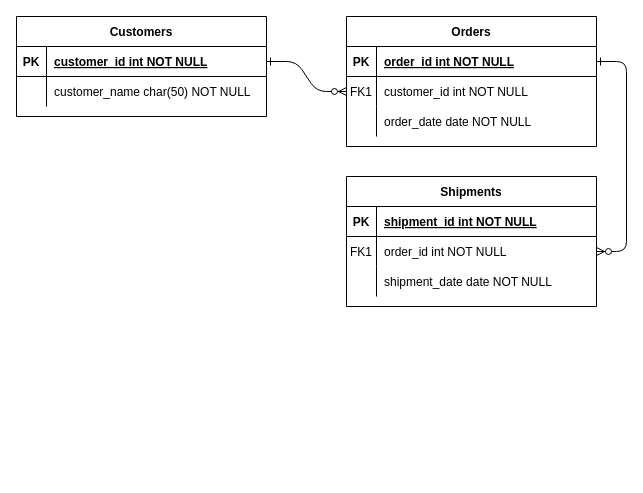
DylanCZW/advanced-java keeps this draw.io diagram as 未命名绘图.drawio. Above is the earlier version. Source tidied: cells renumbered, new cells numbered last; positions are measured from the earlier drawing's top-left corner, leaving out a move shared by most shapes. Both pictures are drawn from the tidied source at 100%, with x=0, y=0 at pixel (16, 16).
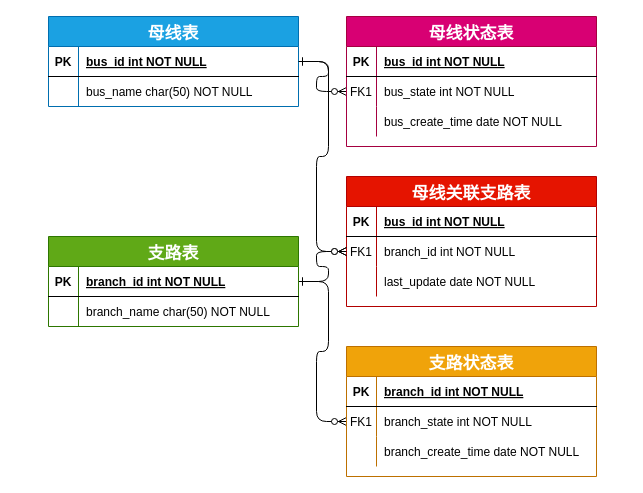
Above is the later version.

Commit message:
更新未命名绘图.drawio

Unchanged cells that the change refers to:
```xml
<mxCell id="5" style="shape=partialRectangle;fillColor=none;points=[[0,0.5],[1,0.5]];portConstraint=eastwest;top=0;left=0;right=0;bottom=1;" parent="4" vertex="1">
  <mxGeometry y="30" width="250" height="30" as="geometry" />
</mxCell>
<mxCell id="8" style="shape=partialRectangle;fillColor=none;points=[[0,0.5],[1,0.5]];portConstraint=eastwest;top=0;left=0;right=0;bottom=0;" parent="4" vertex="1">
  <mxGeometry y="60" width="250" height="30" as="geometry" />
</mxCell>
<mxCell id="11" style="shape=partialRectangle;fillColor=none;top=0;left=0;right=0;bottom=0;" parent="4" vertex="1">
  <mxGeometry y="90" width="250" height="30" as="geometry" />
</mxCell>
<mxCell id="15" style="shape=partialRectangle;fillColor=none;top=0;left=0;right=0;bottom=1;" parent="14" vertex="1">
  <mxGeometry y="30" width="250" height="30" as="geometry" />
</mxCell>
<mxCell id="18" style="shape=partialRectangle;fillColor=none;points=[[0,0.5],[1,0.5]];portConstraint=eastwest;top=0;left=0;right=0;bottom=0;" parent="14" vertex="1">
  <mxGeometry y="60" width="250" height="30" as="geometry" />
</mxCell>
<mxCell id="21" style="shape=partialRectangle;fillColor=none;top=0;left=0;right=0;bottom=0;" parent="14" vertex="1">
  <mxGeometry y="90" width="250" height="30" as="geometry" />
</mxCell>
<mxCell id="25" style="shape=partialRectangle;fillColor=none;points=[[0,0.5],[1,0.5]];portConstraint=eastwest;top=0;left=0;right=0;bottom=1;" parent="24" vertex="1">
  <mxGeometry y="30" width="250" height="30" as="geometry" />
</mxCell>
<mxCell id="28" style="shape=partialRectangle;fillColor=none;top=0;left=0;right=0;bottom=0;" parent="24" vertex="1">
  <mxGeometry y="60" width="250" height="30" as="geometry" />
</mxCell>
```

Change to the diagram source:
```diff
@@
-    <mxCell id="3" style="edgeStyle=entityRelationEdgeStyle;endArrow=ERzeroToMany;startArrow=ERone;endFill=1;startFill=0;" parent="1" edge="1" source="5" target="18">
+    <mxCell id="3" style="edgeStyle=entityRelationEdgeStyle;endArrow=ERzeroToMany;startArrow=ERone;endFill=1;startFill=0;exitX=1;exitY=0.5;exitDx=0;exitDy=0;" parent="1" edge="1" source="44" target="18">
       <mxGeometry relative="1" as="geometry" />
     </mxCell>
-    <mxCell id="4" value="Orders" style="shape=table;startSize=30;childLayout=tableLayout;rowLines=0;fontStyle=1;align=center;" parent="1" vertex="1">
+    <mxCell id="4" value="母线状态表" style="shape=table;startSize=30;childLayout=tableLayout;rowLines=0;fontStyle=1;align=center;fillColor=#d80073;fontColor=#ffffff;strokeColor=#A50040;fontSize=17;" parent="1" vertex="1">
       <mxGeometry x="330" width="250" height="130" as="geometry" />
     </mxCell>
@@
-    <mxCell id="7" value="order_id int NOT NULL " style="shape=partialRectangle;overflow=hidden;fillColor=none;top=0;left=0;bottom=0;right=0;align=left;spacingLeft=6;fontStyle=5;" parent="5" vertex="1">
+    <mxCell id="7" value="bus_id int NOT NULL " style="shape=partialRectangle;overflow=hidden;fillColor=none;top=0;left=0;bottom=0;right=0;align=left;spacingLeft=6;fontStyle=5;" parent="5" vertex="1">
       <mxGeometry x="30" width="220" height="30" as="geometry" />
     </mxCell>
@@
-    <mxCell id="10" value="customer_id int NOT NULL" style="shape=partialRectangle;overflow=hidden;fillColor=none;top=0;left=0;bottom=0;right=0;align=left;spacingLeft=6;" parent="8" vertex="1">
+    <mxCell id="10" value="bus_state int NOT NULL" style="shape=partialRectangle;overflow=hidden;fillColor=none;top=0;left=0;bottom=0;right=0;align=left;spacingLeft=6;" parent="8" vertex="1">
       <mxGeometry x="30" width="220" height="30" as="geometry" />
     </mxCell>
@@
-    <mxCell id="13" value="order_date date NOT NULL" style="shape=partialRectangle;overflow=hidden;fillColor=none;top=0;left=0;bottom=0;right=0;align=left;spacingLeft=6;" parent="11" vertex="1">
+    <mxCell id="13" value="bus_create_time date NOT NULL" style="shape=partialRectangle;overflow=hidden;fillColor=none;top=0;left=0;bottom=0;right=0;align=left;spacingLeft=6;" parent="11" vertex="1">
       <mxGeometry x="30" width="220" height="30" as="geometry" />
     </mxCell>
-    <mxCell id="14" value="Shipments" style="shape=table;startSize=30;childLayout=tableLayout;rowLines=0;fontStyle=1;align=center;" parent="1" vertex="1">
+    <mxCell id="14" value="母线关联支路表" style="shape=table;startSize=30;childLayout=tableLayout;rowLines=0;fontStyle=1;align=center;fillColor=#e51400;fontColor=#ffffff;strokeColor=#B20000;fontSize=17;" parent="1" vertex="1">
       <mxGeometry x="330" y="160" width="250" height="130" as="geometry" />
     </mxCell>
@@
-    <mxCell id="17" value="shipment_id int NOT NULL " style="shape=partialRectangle;overflow=hidden;fillColor=none;top=0;left=0;bottom=0;right=0;align=left;spacingLeft=6;fontStyle=5;" parent="15" vertex="1">
+    <mxCell id="17" value="bus_id int NOT NULL " style="shape=partialRectangle;overflow=hidden;fillColor=none;top=0;left=0;bottom=0;right=0;align=left;spacingLeft=6;fontStyle=5;" parent="15" vertex="1">
       <mxGeometry x="30" width="220" height="30" as="geometry" />
     </mxCell>
@@
-    <mxCell id="20" value="order_id int NOT NULL" style="shape=partialRectangle;overflow=hidden;fillColor=none;top=0;left=0;bottom=0;right=0;align=left;spacingLeft=6;" parent="18" vertex="1">
+    <mxCell id="20" value="branch_id int NOT NULL" style="shape=partialRectangle;overflow=hidden;fillColor=none;top=0;left=0;bottom=0;right=0;align=left;spacingLeft=6;" parent="18" vertex="1">
       <mxGeometry x="30" width="220" height="30" as="geometry" />
     </mxCell>
@@
-    <mxCell id="23" value="shipment_date date NOT NULL" style="shape=partialRectangle;overflow=hidden;fillColor=none;top=0;left=0;bottom=0;right=0;align=left;spacingLeft=6;" parent="21" vertex="1">
+    <mxCell id="23" value="last_update date NOT NULL" style="shape=partialRectangle;overflow=hidden;fillColor=none;top=0;left=0;bottom=0;right=0;align=left;spacingLeft=6;" parent="21" vertex="1">
       <mxGeometry x="30" width="220" height="30" as="geometry" />
     </mxCell>
-    <mxCell id="24" value="Customers" style="shape=table;startSize=30;childLayout=tableLayout;rowLines=0;fontStyle=1;align=center;" parent="1" vertex="1">
-      <mxGeometry width="250" height="100" as="geometry" />
+    <mxCell id="24" value="母线表" style="shape=table;startSize=30;childLayout=tableLayout;rowLines=0;fontStyle=1;align=center;fillColor=#1ba1e2;strokeColor=#006EAF;fontColor=#ffffff;fontSize=17;" parent="1" vertex="1">
+      <mxGeometry x="32" width="250" height="90" as="geometry" />
     </mxCell>
@@
-    <mxCell id="27" value="customer_id int NOT NULL " style="shape=partialRectangle;overflow=hidden;fillColor=none;top=0;left=0;bottom=0;right=0;align=left;spacingLeft=6;fontStyle=5;" parent="25" vertex="1">
+    <mxCell id="27" value="bus_id int NOT NULL " style="shape=partialRectangle;overflow=hidden;fillColor=none;top=0;left=0;bottom=0;right=0;align=left;spacingLeft=6;fontStyle=5;" parent="25" vertex="1">
       <mxGeometry x="30" width="220" height="30" as="geometry" />
     </mxCell>
@@
-    <mxCell id="30" value="customer_name char(50) NOT NULL" style="shape=partialRectangle;overflow=hidden;fillColor=none;top=0;left=0;bottom=0;right=0;align=left;spacingLeft=6;" parent="28" vertex="1">
+    <mxCell id="30" value="bus_name char(50) NOT NULL" style="shape=partialRectangle;overflow=hidden;fillColor=none;top=0;left=0;bottom=0;right=0;align=left;spacingLeft=6;" parent="28" vertex="1">
       <mxGeometry x="30" width="220" height="30" as="geometry" />
     </mxCell>
+    <mxCell id="31" style="edgeStyle=entityRelationEdgeStyle;endArrow=ERzeroToMany;startArrow=ERone;endFill=1;startFill=0;exitX=1;exitY=0.5;exitDx=0;exitDy=0;entryX=0;entryY=0.5;entryDx=0;entryDy=0;" parent="1" edge="1" source="25" target="18">
+      <mxGeometry relative="1" as="geometry" />
+    </mxCell>
+    <mxCell id="32" style="edgeStyle=entityRelationEdgeStyle;endArrow=ERzeroToMany;startArrow=ERone;endFill=1;startFill=0;" parent="1" edge="1" source="44" target="37">
+      <mxGeometry relative="1" as="geometry" />
+    </mxCell>
+    <mxCell id="33" value="支路状态表" style="shape=table;startSize=30;childLayout=tableLayout;rowLines=0;fontStyle=1;align=center;fillColor=#f0a30a;fontColor=#FFFFFF;strokeColor=#BD7000;fontSize=17;" parent="1" vertex="1">
+      <mxGeometry x="330" y="330" width="250" height="130" as="geometry" />
+    </mxCell>
+    <mxCell id="34" style="shape=partialRectangle;fillColor=none;top=0;left=0;right=0;bottom=1;" parent="33" vertex="1">
+      <mxGeometry y="30" width="250" height="30" as="geometry" />
+    </mxCell>
+    <mxCell id="35" value="PK" style="shape=partialRectangle;overflow=hidden;fillColor=none;top=0;left=0;bottom=0;right=0;fontStyle=1;" parent="34" vertex="1">
+      <mxGeometry width="30" height="30" as="geometry" />
+    </mxCell>
+    <mxCell id="36" value="branch_id int NOT NULL " style="shape=partialRectangle;overflow=hidden;fillColor=none;top=0;left=0;bottom=0;right=0;align=left;spacingLeft=6;fontStyle=5;" parent="34" vertex="1">
+      <mxGeometry x="30" width="220" height="30" as="geometry" />
+    </mxCell>
+    <mxCell id="37" style="shape=partialRectangle;fillColor=none;points=[[0,0.5],[1,0.5]];portConstraint=eastwest;top=0;left=0;right=0;bottom=0;" parent="33" vertex="1">
+      <mxGeometry y="60" width="250" height="30" as="geometry" />
+    </mxCell>
+    <mxCell id="38" value="FK1" style="shape=partialRectangle;overflow=hidden;fillColor=none;top=0;left=0;bottom=0;right=0;" parent="37" vertex="1">
+      <mxGeometry width="30" height="30" as="geometry" />
+    </mxCell>
+    <mxCell id="39" value="branch_state int NOT NULL" style="shape=partialRectangle;overflow=hidden;fillColor=none;top=0;left=0;bottom=0;right=0;align=left;spacingLeft=6;" parent="37" vertex="1">
+      <mxGeometry x="30" width="220" height="30" as="geometry" />
+    </mxCell>
+    <mxCell id="40" style="shape=partialRectangle;fillColor=none;top=0;left=0;right=0;bottom=0;" parent="33" vertex="1">
+      <mxGeometry y="90" width="250" height="30" as="geometry" />
+    </mxCell>
+    <mxCell id="41" style="shape=partialRectangle;overflow=hidden;fillColor=none;top=0;left=0;bottom=0;right=0;" parent="40" vertex="1">
+      <mxGeometry width="30" height="30" as="geometry" />
+    </mxCell>
+    <mxCell id="42" value="branch_create_time date NOT NULL" style="shape=partialRectangle;overflow=hidden;fillColor=none;top=0;left=0;bottom=0;right=0;align=left;spacingLeft=6;" parent="40" vertex="1">
+      <mxGeometry x="30" width="220" height="30" as="geometry" />
+    </mxCell>
+    <mxCell id="43" value="支路表" style="shape=table;startSize=30;childLayout=tableLayout;rowLines=0;fontStyle=1;align=center;fillColor=#60a917;strokeColor=#2D7600;fontColor=#ffffff;fontSize=17;" parent="1" vertex="1">
+      <mxGeometry x="32" y="220" width="250" height="90" as="geometry" />
+    </mxCell>
+    <mxCell id="44" style="shape=partialRectangle;fillColor=none;points=[[0,0.5],[1,0.5]];portConstraint=eastwest;top=0;left=0;right=0;bottom=1;" parent="43" vertex="1">
+      <mxGeometry y="30" width="250" height="30" as="geometry" />
+    </mxCell>
+    <mxCell id="45" value="PK" style="shape=partialRectangle;overflow=hidden;fillColor=none;top=0;left=0;bottom=0;right=0;fontStyle=1;" parent="44" vertex="1">
+      <mxGeometry width="30" height="30" as="geometry" />
+    </mxCell>
+    <mxCell id="46" value="branch_id int NOT NULL " style="shape=partialRectangle;overflow=hidden;fillColor=none;top=0;left=0;bottom=0;right=0;align=left;spacingLeft=6;fontStyle=5;" parent="44" vertex="1">
+      <mxGeometry x="30" width="220" height="30" as="geometry" />
+    </mxCell>
+    <mxCell id="47" style="shape=partialRectangle;fillColor=none;top=0;left=0;right=0;bottom=0;" parent="43" vertex="1">
+      <mxGeometry y="60" width="250" height="30" as="geometry" />
+    </mxCell>
+    <mxCell id="48" style="shape=partialRectangle;overflow=hidden;fillColor=none;top=0;left=0;bottom=0;right=0;" parent="47" vertex="1">
+      <mxGeometry width="30" height="30" as="geometry" />
+    </mxCell>
+    <mxCell id="49" value="branch_name char(50) NOT NULL" style="shape=partialRectangle;overflow=hidden;fillColor=none;top=0;left=0;bottom=0;right=0;align=left;spacingLeft=6;" parent="47" vertex="1">
+      <mxGeometry x="30" width="220" height="30" as="geometry" />
+    </mxCell>
```
